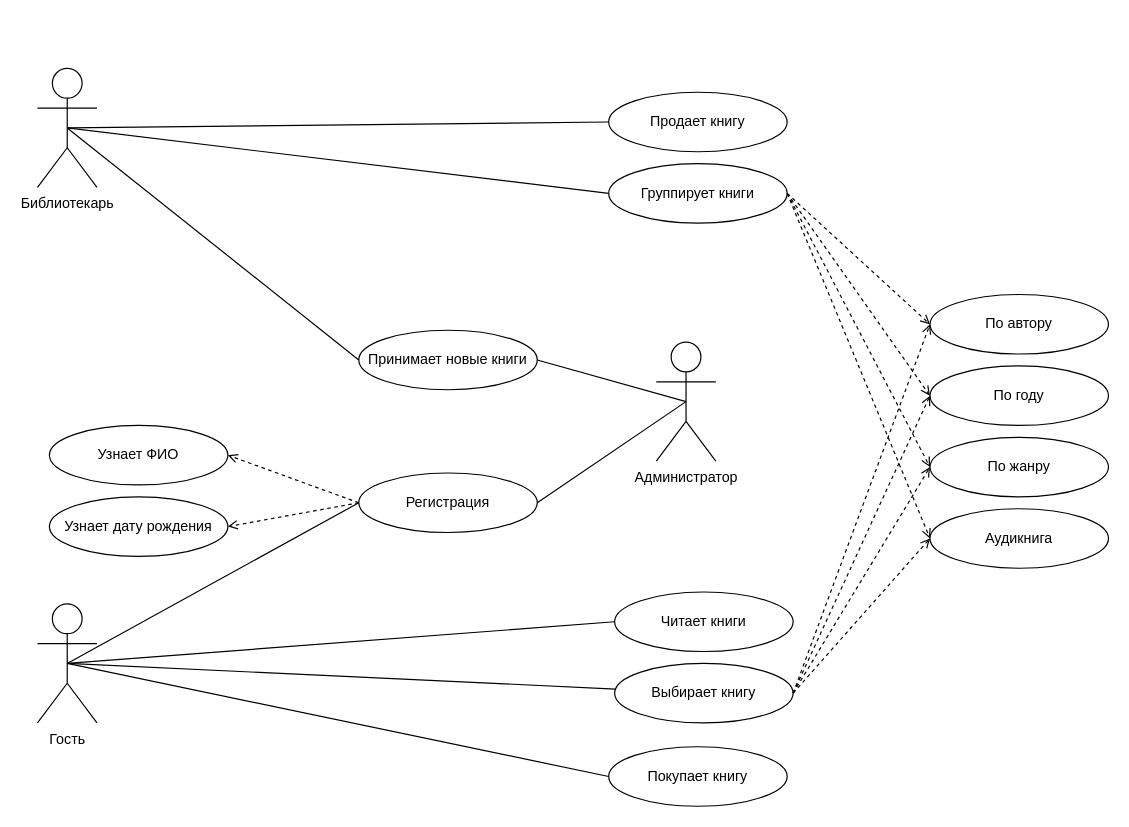
Before: Diagrams/use-case.drawio in Fanatik62/biblioteka, a draw.io diagram. Source tidied: cells renumbered, new cells numbered last; positions are measured from the earlier drawing's top-left corner, leaving out a move shared by most shapes. Both pictures are drawn from the tidied source at 119%, with x=0, y=0 at pixel (37, 68).
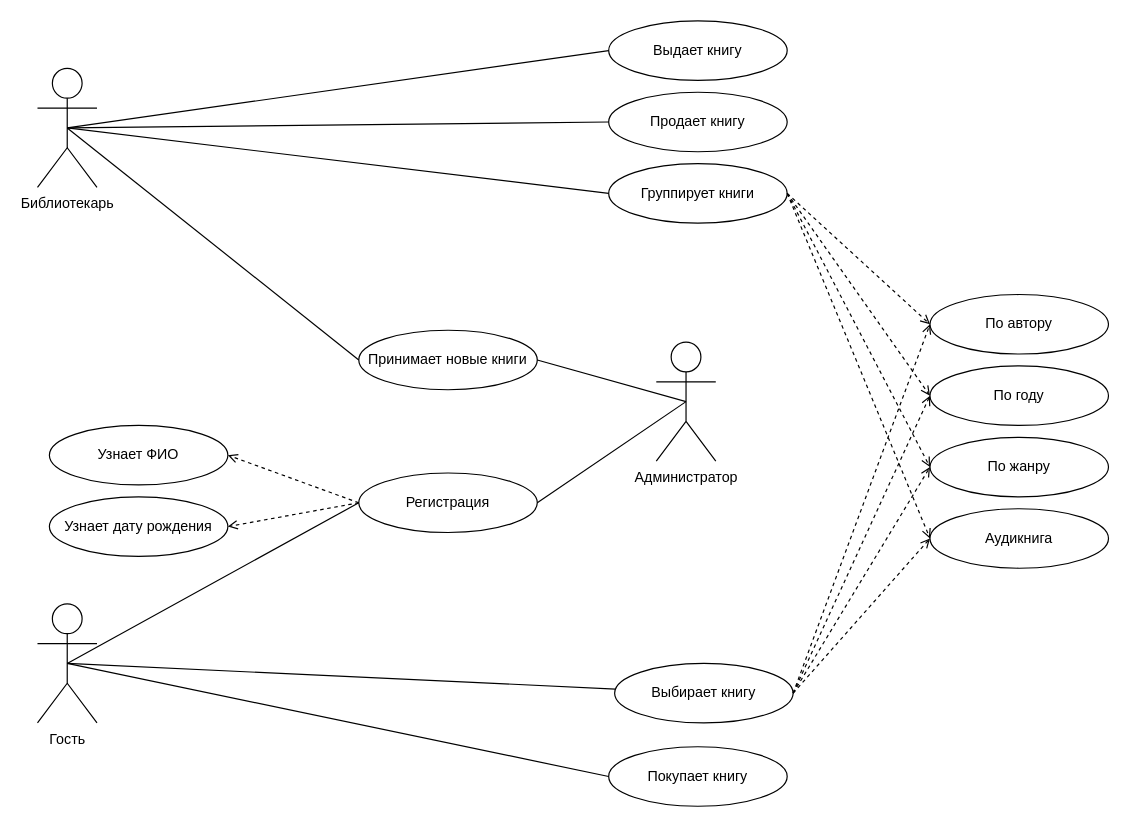
The same diagram, later.

Unchanged cells that the change refers to:
```xml
<mxCell id="2" value="Библиотекарь" style="shape=umlActor;verticalLabelPosition=bottom;verticalAlign=top;html=1;outlineConnect=0;" parent="1" vertex="1">
  <mxGeometry width="50" height="100" as="geometry" />
</mxCell>
<mxCell id="4" value="Гость" style="shape=umlActor;verticalLabelPosition=bottom;verticalAlign=top;html=1;outlineConnect=0;" parent="1" vertex="1">
  <mxGeometry y="450" width="50" height="100" as="geometry" />
</mxCell>
```

Diff of the diagram source:
```diff
@@
-    <mxCell id="5" value="Читает книги" style="ellipse;whiteSpace=wrap;html=1;" parent="1" vertex="1">
-      <mxGeometry x="485" y="440" width="150" height="50" as="geometry" />
-    </mxCell>
@@
-    <mxCell id="18" style="endArrow=none;html=1;entryX=0;entryY=0.5;entryDx=0;entryDy=0;exitX=0.5;exitY=0.5;exitDx=0;exitDy=0;exitPerimeter=0;" parent="1" edge="1" source="4" target="5">
-      <mxGeometry relative="1" as="geometry" />
-    </mxCell>
@@
+    <mxCell id="38" value="Выдает книгу" style="ellipse;whiteSpace=wrap;html=1;" parent="1" vertex="1">
+      <mxGeometry x="480" y="-40" width="150" height="50" as="geometry" />
+    </mxCell>
+    <mxCell id="39" style="endArrow=none;html=1;entryX=0;entryY=0.5;entryDx=0;entryDy=0;exitX=0.5;exitY=0.5;exitDx=0;exitDy=0;exitPerimeter=0;" parent="1" edge="1" source="2" target="38">
+      <mxGeometry relative="1" as="geometry" />
+    </mxCell>
```
